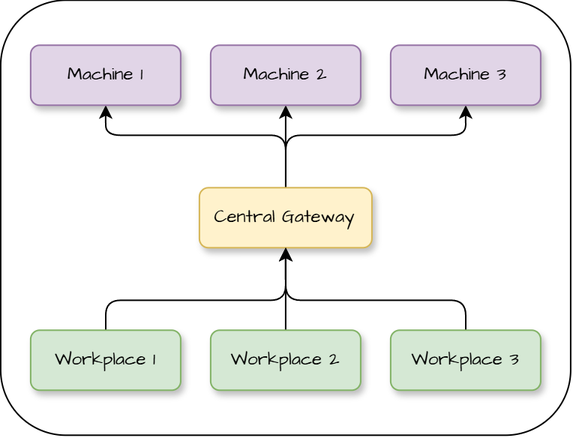
Earlier version of the draw.io export assets/initial-gateway.png (mihailmarkevich/Industrial-Protocol-Integration-System). Source tidied: cells renumbered, new cells last; positions are measured from the earlier drawing's top-left corner, leaving out a move shared by most shapes.
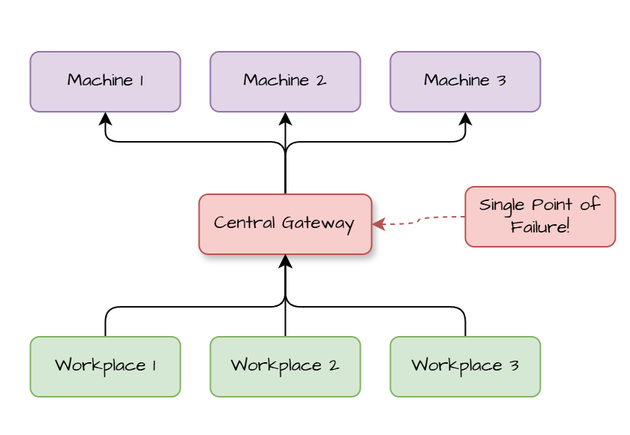
The same file after the commit.

The edit, as a diff of the source:
```diff
@@ -2,8 +2,8 @@
   <root>
     <mxCell id="0" />
     <mxCell id="1" parent="0" />
-    <mxCell id="2" style="rounded=1;whiteSpace=wrap;html=1;textShadow=0;shadow=0;glass=0;" parent="1" vertex="1">
-      <mxGeometry width="380" height="290" as="geometry" />
+    <mxCell id="2" style="rounded=0;whiteSpace=wrap;html=1;textShadow=0;shadow=0;glass=0;strokeColor=none;" parent="1" vertex="1">
+      <mxGeometry y="-5" width="420" height="290" as="geometry" />
     </mxCell>
     <mxCell id="3" style="edgeStyle=orthogonalEdgeStyle;rounded=1;jettySize=auto;html=1;entryX=0.5;entryY=1;entryDx=0;entryDy=0;" parent="1" edge="1" source="6" target="13">
       <mxGeometry relative="1" as="geometry">
@@ -24,7 +24,7 @@
         </Array>
       </mxGeometry>
     </mxCell>
-    <mxCell id="6" value="Central Gateway" style="rounded=1;whiteSpace=wrap;html=1;hachureGap=4;fontFamily=Architects Daughter;fontSource=https://fonts.googleapis.com/css?family=Architects+Daughter;labelBackgroundColor=none;fillColor=#fff2cc;strokeColor=#d6b656;shadow=1;" parent="1" vertex="1">
+    <mxCell id="6" value="Central Gateway" style="rounded=1;whiteSpace=wrap;html=1;hachureGap=4;fontFamily=Architects Daughter;fontSource=https://fonts.googleapis.com/css?family=Architects+Daughter;labelBackgroundColor=none;fillColor=#f8cecc;strokeColor=#b85450;shadow=1;" parent="1" vertex="1">
       <mxGeometry x="132.5" y="125" width="115" height="40" as="geometry" />
     </mxCell>
     <mxCell id="7" style="edgeStyle=orthogonalEdgeStyle;rounded=1;jettySize=auto;html=1;entryX=0.5;entryY=1;entryDx=0;entryDy=0;" parent="1" edge="1" source="8" target="6">
@@ -35,13 +35,13 @@
         </Array>
       </mxGeometry>
     </mxCell>
-    <mxCell id="8" value="Workplace 1" style="rounded=1;whiteSpace=wrap;html=1;hachureGap=4;fontFamily=Architects Daughter;fontSource=https://fonts.googleapis.com/css?family=Architects+Daughter;labelBackgroundColor=none;fillColor=#d5e8d4;strokeColor=#82b366;shadow=1;" parent="1" vertex="1">
+    <mxCell id="8" value="Workplace 1" style="rounded=1;whiteSpace=wrap;html=1;hachureGap=4;fontFamily=Architects Daughter;fontSource=https://fonts.googleapis.com/css?family=Architects+Daughter;labelBackgroundColor=none;fillColor=#d5e8d4;strokeColor=#82b366;" parent="1" vertex="1">
       <mxGeometry x="20" y="220" width="100" height="40" as="geometry" />
     </mxCell>
     <mxCell id="9" style="edgeStyle=orthogonalEdgeStyle;rounded=1;jettySize=auto;html=1;" parent="1" edge="1" source="10" target="6">
       <mxGeometry relative="1" as="geometry" />
     </mxCell>
-    <mxCell id="10" value="Workplace 2" style="rounded=1;whiteSpace=wrap;html=1;hachureGap=4;fontFamily=Architects Daughter;fontSource=https://fonts.googleapis.com/css?family=Architects+Daughter;labelBackgroundColor=none;fillColor=#d5e8d4;strokeColor=#82b366;shadow=1;" parent="1" vertex="1">
+    <mxCell id="10" value="Workplace 2" style="rounded=1;whiteSpace=wrap;html=1;hachureGap=4;fontFamily=Architects Daughter;fontSource=https://fonts.googleapis.com/css?family=Architects+Daughter;labelBackgroundColor=none;fillColor=#d5e8d4;strokeColor=#82b366;" parent="1" vertex="1">
       <mxGeometry x="140" y="220" width="100" height="40" as="geometry" />
     </mxCell>
     <mxCell id="11" style="edgeStyle=orthogonalEdgeStyle;rounded=1;jettySize=auto;html=1;entryX=0.5;entryY=1;entryDx=0;entryDy=0;" parent="1" edge="1" source="12" target="6">
@@ -52,17 +52,23 @@
         </Array>
       </mxGeometry>
     </mxCell>
-    <mxCell id="12" value="Workplace 3" style="rounded=1;whiteSpace=wrap;html=1;hachureGap=4;fontFamily=Architects Daughter;fontSource=https://fonts.googleapis.com/css?family=Architects+Daughter;labelBackgroundColor=none;fillColor=#d5e8d4;strokeColor=#82b366;shadow=1;" parent="1" vertex="1">
+    <mxCell id="12" value="Workplace 3" style="rounded=1;whiteSpace=wrap;html=1;hachureGap=4;fontFamily=Architects Daughter;fontSource=https://fonts.googleapis.com/css?family=Architects+Daughter;labelBackgroundColor=none;fillColor=#d5e8d4;strokeColor=#82b366;" parent="1" vertex="1">
       <mxGeometry x="260" y="220" width="100" height="40" as="geometry" />
     </mxCell>
-    <mxCell id="13" value="Machine 1" style="rounded=1;whiteSpace=wrap;html=1;hachureGap=4;fontFamily=Architects Daughter;fontSource=https://fonts.googleapis.com/css?family=Architects+Daughter;labelBackgroundColor=none;fillColor=#e1d5e7;strokeColor=#9673a6;shadow=1;" parent="1" vertex="1">
+    <mxCell id="13" value="Machine 1" style="rounded=1;whiteSpace=wrap;html=1;hachureGap=4;fontFamily=Architects Daughter;fontSource=https://fonts.googleapis.com/css?family=Architects+Daughter;labelBackgroundColor=none;fillColor=#e1d5e7;strokeColor=#9673a6;" parent="1" vertex="1">
       <mxGeometry x="20" y="30" width="100" height="40" as="geometry" />
     </mxCell>
-    <mxCell id="14" value="Machine 2" style="rounded=1;whiteSpace=wrap;html=1;hachureGap=4;fontFamily=Architects Daughter;fontSource=https://fonts.googleapis.com/css?family=Architects+Daughter;labelBackgroundColor=none;fillColor=#e1d5e7;strokeColor=#9673a6;shadow=1;" parent="1" vertex="1">
+    <mxCell id="14" value="Machine 2" style="rounded=1;whiteSpace=wrap;html=1;hachureGap=4;fontFamily=Architects Daughter;fontSource=https://fonts.googleapis.com/css?family=Architects+Daughter;labelBackgroundColor=none;fillColor=#e1d5e7;strokeColor=#9673a6;" parent="1" vertex="1">
       <mxGeometry x="140" y="30" width="100" height="40" as="geometry" />
     </mxCell>
-    <mxCell id="15" value="Machine 3" style="rounded=1;whiteSpace=wrap;html=1;hachureGap=4;fontFamily=Architects Daughter;fontSource=https://fonts.googleapis.com/css?family=Architects+Daughter;labelBackgroundColor=none;fillColor=#e1d5e7;strokeColor=#9673a6;shadow=1;" parent="1" vertex="1">
+    <mxCell id="15" value="Machine 3" style="rounded=1;whiteSpace=wrap;html=1;hachureGap=4;fontFamily=Architects Daughter;fontSource=https://fonts.googleapis.com/css?family=Architects+Daughter;labelBackgroundColor=none;fillColor=#e1d5e7;strokeColor=#9673a6;" parent="1" vertex="1">
       <mxGeometry x="260" y="30" width="100" height="40" as="geometry" />
     </mxCell>
+    <mxCell id="16" style="edgeStyle=orthogonalEdgeStyle;rounded=1;jettySize=auto;html=1;entryX=1;entryY=0.5;entryDx=0;entryDy=0;fillColor=#f8cecc;strokeColor=#b85450;dashed=1;curved=1;" parent="1" edge="1" source="17" target="6">
+      <mxGeometry relative="1" as="geometry" />
+    </mxCell>
+    <mxCell id="17" value="Single Point of Failure!" style="text;html=1;whiteSpace=wrap;align=center;verticalAlign=middle;rounded=1;fontFamily=Architects Daughter;fontSource=https://fonts.googleapis.com/css?family=Architects+Daughter;labelBackgroundColor=none;shadow=0;glass=0;fillColor=#f8cecc;strokeColor=#b85450;" parent="1" vertex="1">
+      <mxGeometry x="310" y="120" width="100" height="40" as="geometry" />
+    </mxCell>
   </root>
 </mxGraphModel>
```
